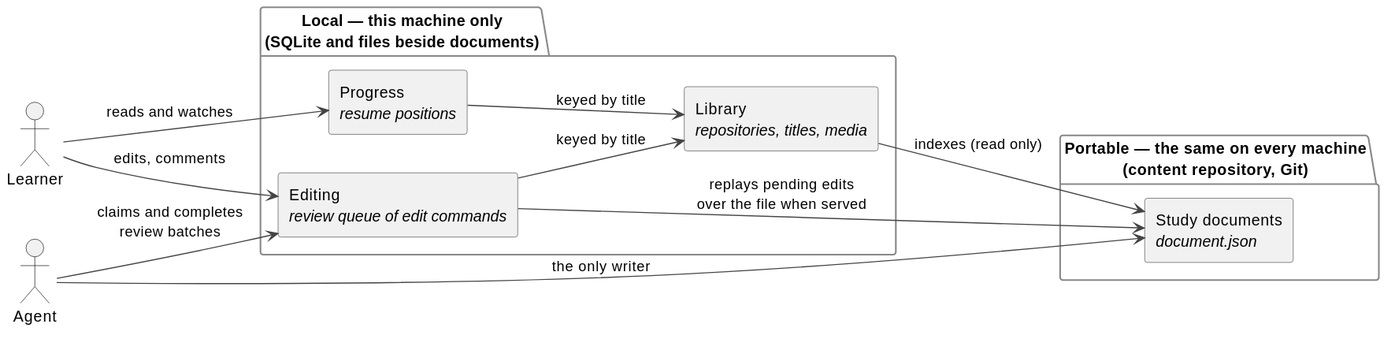
Before: docs/diagrams/domains.svg, a diagram exported from PlantUML (parkie213/petites-roues).
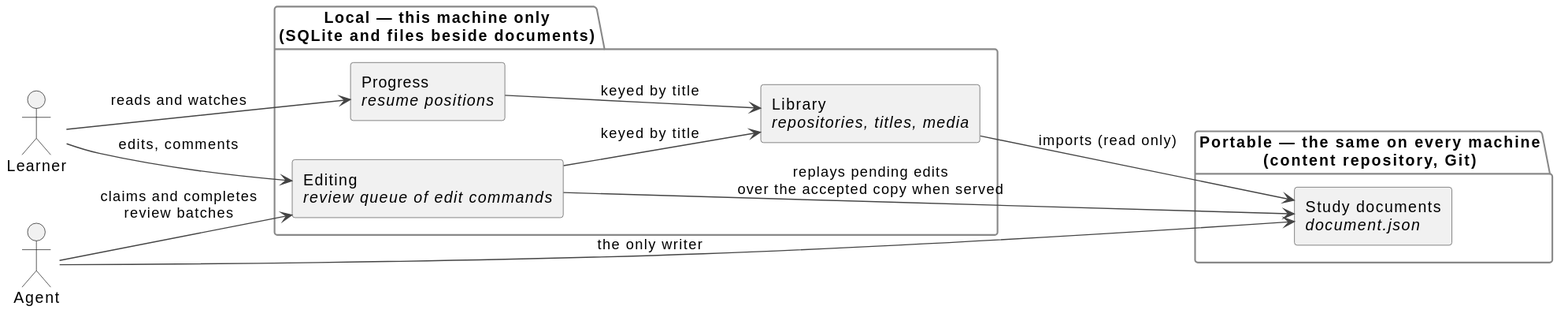
Later version of the same file.

What changed in the source:
```diff
@@ -19,8 +19,8 @@
   rectangle "Progress\n<i>resume positions</i>" as Progress
 }
 
-Library --> Documents : indexes (read only)
-Editing --> Documents : replays pending edits\nover the file when served
+Library --> Documents : imports (read only)
+Editing --> Documents : replays pending edits\nover the accepted copy when served
 Agent --> Documents : the only writer
 Agent --> Editing : claims and completes\nreview batches
 Learner --> Editing : edits, comments
```
